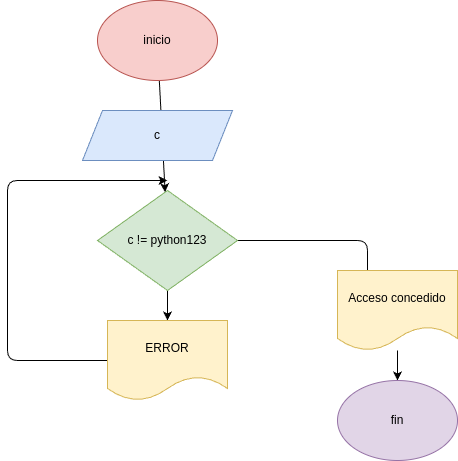
Earlier version of the draw.io export ejercicio1/diagrama.png (dyaneriss/ejercicios_comando_whilee). Source tidied: cells renumbered, new cells last; positions are measured from the earlier drawing's top-left corner, leaving out a move shared by most shapes.
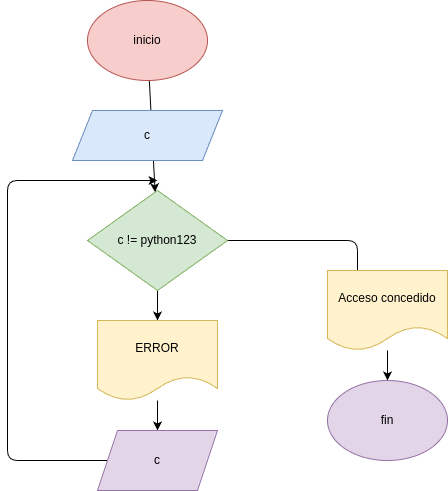
After the commit.

Diff of the diagram source:
```diff
@@ -24,15 +24,9 @@
     <mxCell id="7" value="c != python123" style="rhombus;whiteSpace=wrap;html=1;fillColor=#d5e8d4;strokeColor=#82b366;" parent="1" vertex="1">
       <mxGeometry x="90" y="190" width="140" height="100" as="geometry" />
     </mxCell>
-    <mxCell id="8" style="edgeStyle=none;html=1;" parent="1" edge="1" source="9">
-      <mxGeometry relative="1" as="geometry">
-        <mxPoint x="160" y="180" as="targetPoint" />
-        <Array as="points">
-          <mxPoint y="360" />
-          <mxPoint y="180" />
-        </Array>
-      </mxGeometry>
-    </mxCell>
+    <mxCell id="13" style="edgeStyle=none;html=1;" parent="1" edge="1" source="9" target="15">
+      <mxGeometry relative="1" as="geometry" />
+    </mxCell>
     <mxCell id="9" value="ERROR" style="shape=document;whiteSpace=wrap;html=1;boundedLbl=1;fillColor=#fff2cc;strokeColor=#d6b656;" parent="1" vertex="1">
       <mxGeometry x="100" y="320" width="120" height="80" as="geometry" />
     </mxCell>
@@ -45,5 +39,17 @@
     <mxCell id="12" value="fin" style="ellipse;whiteSpace=wrap;html=1;fillColor=#e1d5e7;strokeColor=#9673a6;" parent="1" vertex="1">
       <mxGeometry x="330" y="380" width="120" height="80" as="geometry" />
     </mxCell>
+    <mxCell id="14" style="edgeStyle=none;html=1;" parent="1" edge="1" source="15">
+      <mxGeometry relative="1" as="geometry">
+        <mxPoint x="160" y="180" as="targetPoint" />
+        <Array as="points">
+          <mxPoint x="10" y="460" />
+          <mxPoint x="10" y="180" />
+        </Array>
+      </mxGeometry>
+    </mxCell>
+    <mxCell id="15" value="c" style="shape=parallelogram;perimeter=parallelogramPerimeter;whiteSpace=wrap;html=1;fixedSize=1;fillColor=#e1d5e7;strokeColor=#9673a6;" parent="1" vertex="1">
+      <mxGeometry x="100" y="430" width="120" height="60" as="geometry" />
+    </mxCell>
   </root>
 </mxGraphModel>
```
